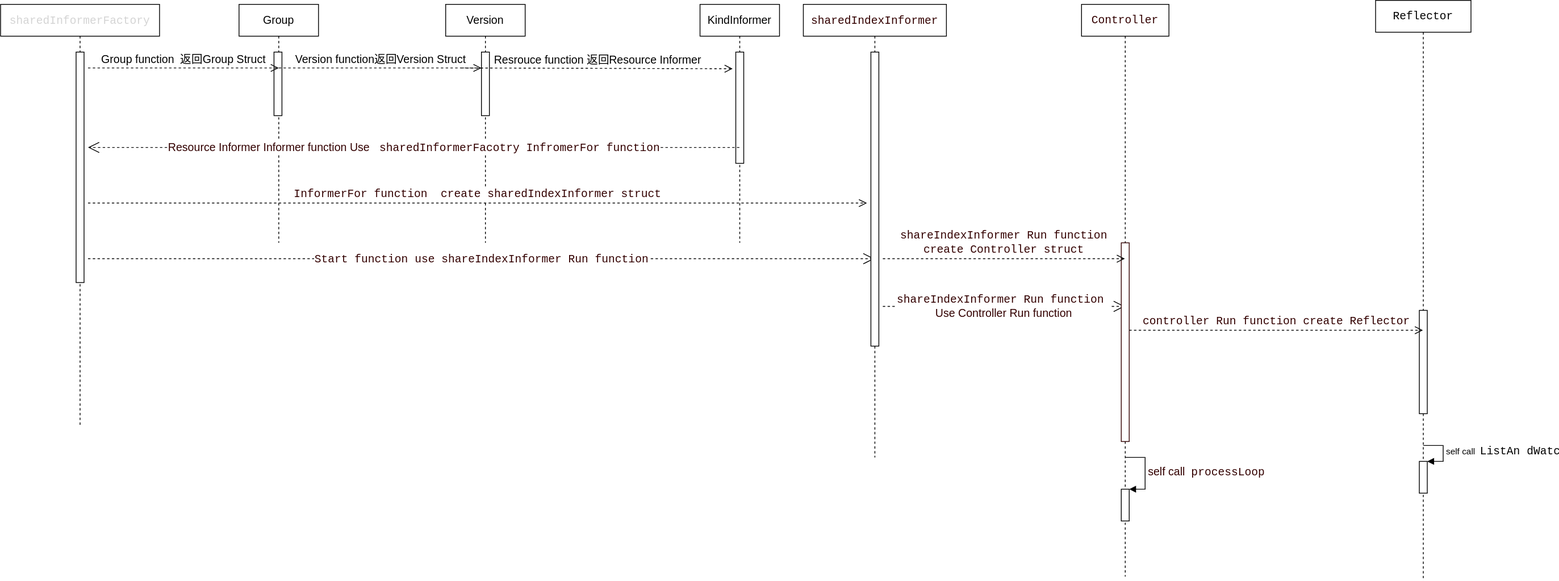
ruster-cn/wiki keeps this draw.io diagram as CloudNative/Kubernetes/image/9.drawio.svg. Above is the earlier version. Source tidied: cells renumbered, new cells last; positions are measured from the earlier drawing's top-left corner, leaving out a move shared by most shapes.
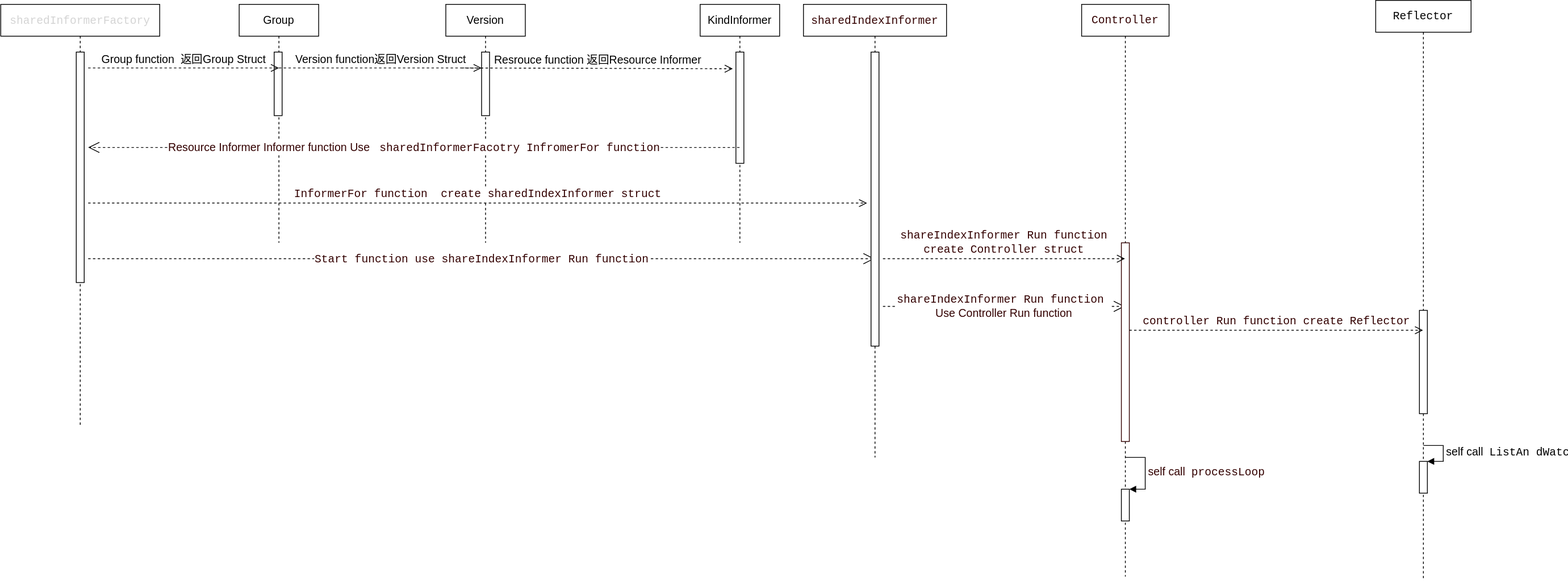
Above is the later version.

Change to the diagram source:
```diff
@@ -103,7 +103,7 @@
     <mxCell id="26" style="html=1;points=[];perimeter=orthogonalPerimeter;" parent="24" vertex="1">
       <mxGeometry x="55" y="580" width="10" height="40" as="geometry" />
     </mxCell>
-    <mxCell id="27" value="&lt;span style=&quot;background-color: rgb(255 , 255 , 255)&quot;&gt;self call&amp;nbsp;&lt;span style=&quot;font-family: &amp;#34;menlo&amp;#34; , &amp;#34;monaco&amp;#34; , &amp;#34;courier new&amp;#34; , monospace ; font-size: 14px&quot;&gt;ListAn&lt;/span&gt;&lt;span style=&quot;font-family: &amp;#34;menlo&amp;#34; , &amp;#34;monaco&amp;#34; , &amp;#34;courier new&amp;#34; , monospace ; font-size: 14px&quot;&gt;dWatch&lt;/span&gt;&lt;/span&gt;" style="edgeStyle=orthogonalEdgeStyle;html=1;align=left;spacingLeft=2;endArrow=block;rounded=0;entryX=1;entryY=0;" parent="24" edge="1" target="26">
+    <mxCell id="27" value="&lt;span style=&quot;background-color: rgb(255 , 255 , 255) ; font-size: 14px&quot;&gt;self call&amp;nbsp;&lt;span style=&quot;font-family: &amp;#34;menlo&amp;#34; , &amp;#34;monaco&amp;#34; , &amp;#34;courier new&amp;#34; , monospace&quot;&gt;ListAn&lt;/span&gt;&lt;span style=&quot;font-family: &amp;#34;menlo&amp;#34; , &amp;#34;monaco&amp;#34; , &amp;#34;courier new&amp;#34; , monospace&quot;&gt;dWatch&lt;/span&gt;&lt;/span&gt;" style="edgeStyle=orthogonalEdgeStyle;html=1;align=left;spacingLeft=2;endArrow=block;rounded=0;entryX=1;entryY=0;" parent="24" edge="1" target="26">
       <mxGeometry relative="1" as="geometry">
         <mxPoint x="60" y="560" as="sourcePoint" />
         <Array as="points">
```
